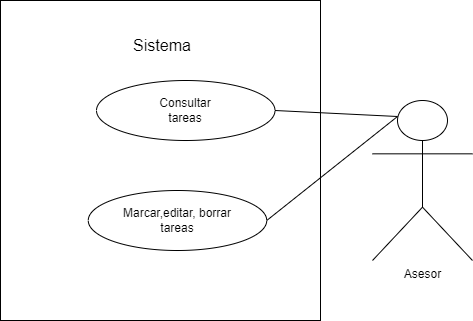
Earlier version of the draw.io export Proyecto en REM/image/CU03-tareas.png (TheNeoStormZ/super-REMORY). Source tidied: cells renumbered, new cells last; positions are measured from the earlier drawing's top-left corner, leaving out a move shared by most shapes.
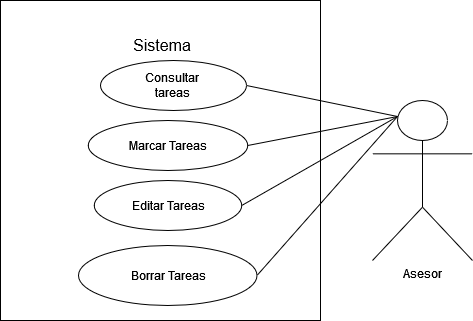
The same diagram one commit later.

Change to the diagram source:
```diff
@@ -11,23 +11,41 @@
     <mxCell id="4" value="&lt;div style=&quot;font-size: 16px&quot;&gt;&lt;font style=&quot;font-size: 16px&quot;&gt;Sistema&lt;br&gt;&lt;/font&gt;&lt;/div&gt;" style="text;html=1;strokeColor=none;fillColor=none;align=center;verticalAlign=middle;whiteSpace=wrap;rounded=0;" parent="1" vertex="1">
       <mxGeometry x="132" y="30" width="60" height="30" as="geometry" />
     </mxCell>
-    <mxCell id="5" style="ellipse;whiteSpace=wrap;html=1;fontSize=12;" parent="1" vertex="1">
-      <mxGeometry x="96" y="80" width="178.5" height="60" as="geometry" />
-    </mxCell>
+    <mxCell id="11" style="ellipse;whiteSpace=wrap;html=1;fontSize=12;" parent="1" vertex="1">
+      <mxGeometry x="100" y="60" width="146" height="50" as="geometry" />
+    </mxCell>
     <mxCell id="6" value="Consultar tareas" style="text;html=1;strokeColor=none;fillColor=none;align=center;verticalAlign=middle;whiteSpace=wrap;rounded=0;fontSize=12;" parent="1" vertex="1">
-      <mxGeometry x="155.2" y="95" width="60" height="30" as="geometry" />
+      <mxGeometry x="142" y="70" width="60" height="30" as="geometry" />
     </mxCell>
-    <mxCell id="7" style="ellipse;whiteSpace=wrap;html=1;fontSize=12;" parent="1" vertex="1">
-      <mxGeometry x="87.8" y="190" width="178.5" height="60" as="geometry" />
-    </mxCell>
-    <mxCell id="8" value="Marcar,editar, borrar tareas" style="text;html=1;strokeColor=none;fillColor=none;align=center;verticalAlign=middle;whiteSpace=wrap;rounded=0;fontSize=12;" parent="1" vertex="1">
-      <mxGeometry x="112" y="195" width="130" height="50" as="geometry" />
-    </mxCell>
-    <mxCell id="9" style="endArrow=none;html=1;rounded=0;fontSize=12;entryX=0.25;entryY=0.1;entryDx=0;entryDy=0;entryPerimeter=0;exitX=1;exitY=0.5;exitDx=0;exitDy=0;" parent="1" edge="1" source="5" target="3">
-      <mxGeometry relative="1" as="geometry" />
-    </mxCell>
-    <mxCell id="10" style="endArrow=none;html=1;rounded=0;fontSize=12;entryX=0.25;entryY=0.1;entryDx=0;entryDy=0;entryPerimeter=0;exitX=1;exitY=0.5;exitDx=0;exitDy=0;" parent="1" edge="1" source="7" target="3">
-      <mxGeometry relative="1" as="geometry" />
-    </mxCell>
+    <mxCell id="12" style="ellipse;whiteSpace=wrap;html=1;fontSize=12;" parent="1" vertex="1">
+      <mxGeometry x="78" y="245" width="178.5" height="60" as="geometry" />
+    </mxCell>
+    <mxCell id="13" style="endArrow=none;html=1;rounded=0;fontSize=12;entryX=0.25;entryY=0.1;entryDx=0;entryDy=0;entryPerimeter=0;exitX=1;exitY=0.5;exitDx=0;exitDy=0;" parent="1" edge="1" source="11" target="3">
+      <mxGeometry relative="1" as="geometry" />
+    </mxCell>
+    <mxCell id="14" style="endArrow=none;html=1;rounded=0;fontSize=12;entryX=0.25;entryY=0.1;entryDx=0;entryDy=0;entryPerimeter=0;exitX=1;exitY=0.5;exitDx=0;exitDy=0;" parent="1" edge="1" source="12" target="3">
+      <mxGeometry relative="1" as="geometry" />
+    </mxCell>
+    <mxCell id="15" style="ellipse;whiteSpace=wrap;html=1;" parent="1" vertex="1">
+      <mxGeometry x="93.8" y="180" width="147.5" height="50" as="geometry" />
+    </mxCell>
+    <mxCell id="16" style="ellipse;whiteSpace=wrap;html=1;" parent="1" vertex="1">
+      <mxGeometry x="87.8" y="120" width="159.5" height="50" as="geometry" />
+    </mxCell>
+    <mxCell id="17" value="Borrar Tareas" style="text;html=1;strokeColor=none;fillColor=none;align=center;verticalAlign=middle;whiteSpace=wrap;rounded=0;" parent="1" vertex="1">
+      <mxGeometry x="122.5" y="260" width="90" height="30" as="geometry" />
+    </mxCell>
+    <mxCell id="18" value="Editar Tareas" style="text;html=1;strokeColor=none;fillColor=none;align=center;verticalAlign=middle;whiteSpace=wrap;rounded=0;" parent="1" vertex="1">
+      <mxGeometry x="121.5" y="190" width="92" height="30" as="geometry" />
+    </mxCell>
+    <mxCell id="19" value="Marcar Tareas" style="text;html=1;strokeColor=none;fillColor=none;align=center;verticalAlign=middle;whiteSpace=wrap;rounded=0;" parent="1" vertex="1">
+      <mxGeometry x="125.1" y="130" width="84.8" height="30" as="geometry" />
+    </mxCell>
+    <mxCell id="20" style="endArrow=none;html=1;rounded=0;entryX=0.25;entryY=0.1;entryDx=0;entryDy=0;entryPerimeter=0;exitX=1;exitY=0.5;exitDx=0;exitDy=0;" parent="1" edge="1" source="16" target="3">
+      <mxGeometry relative="1" as="geometry" />
+    </mxCell>
+    <mxCell id="21" style="endArrow=none;html=1;rounded=0;entryX=0.25;entryY=0.1;entryDx=0;entryDy=0;entryPerimeter=0;exitX=1;exitY=0.5;exitDx=0;exitDy=0;" parent="1" edge="1" source="15" target="3">
+      <mxGeometry relative="1" as="geometry" />
+    </mxCell>
   </root>
 </mxGraphModel>
```
